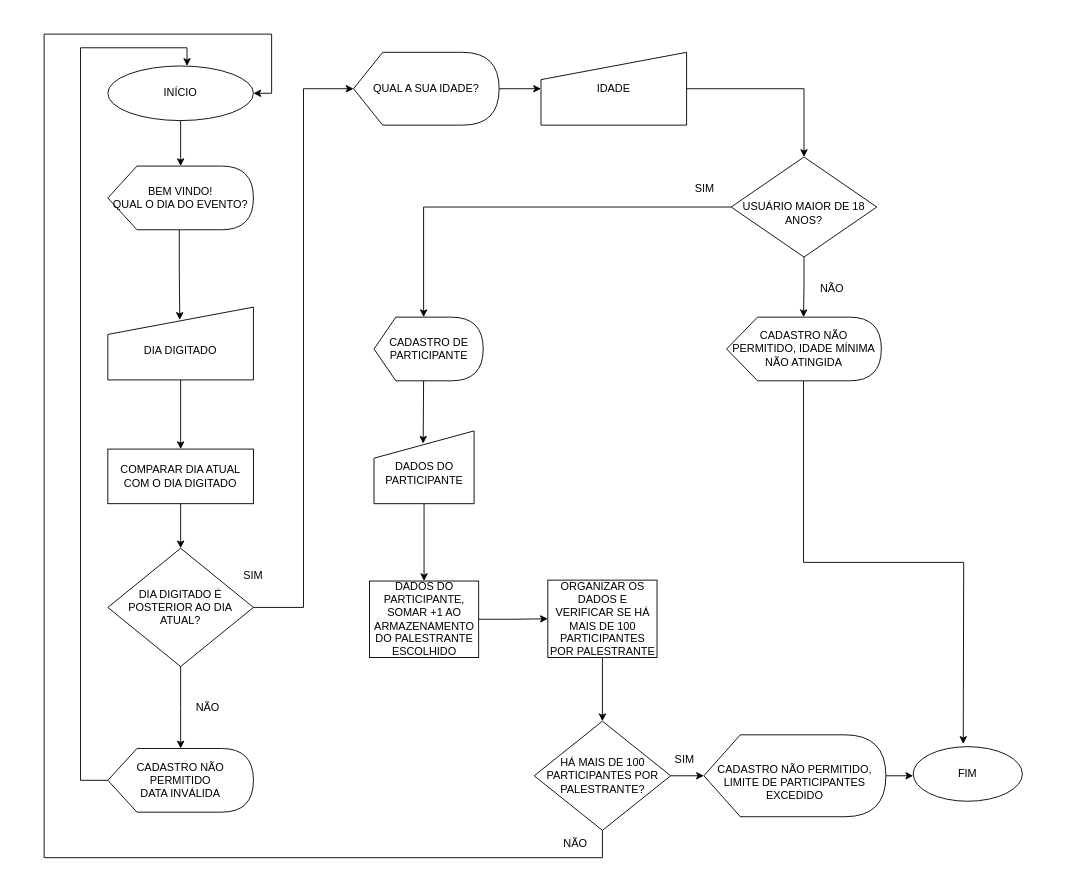
The draw.io diagram Cadastrodeeventos.drawio in RicardoFaccio/CadastroDeEventos, before the edit. Source tidied: cells renumbered, new cells numbered last; positions are measured from the earlier drawing's top-left corner, leaving out a move shared by most shapes. Both pictures are drawn from the tidied source at 91%, with x=0, y=0 at pixel (44, 34).
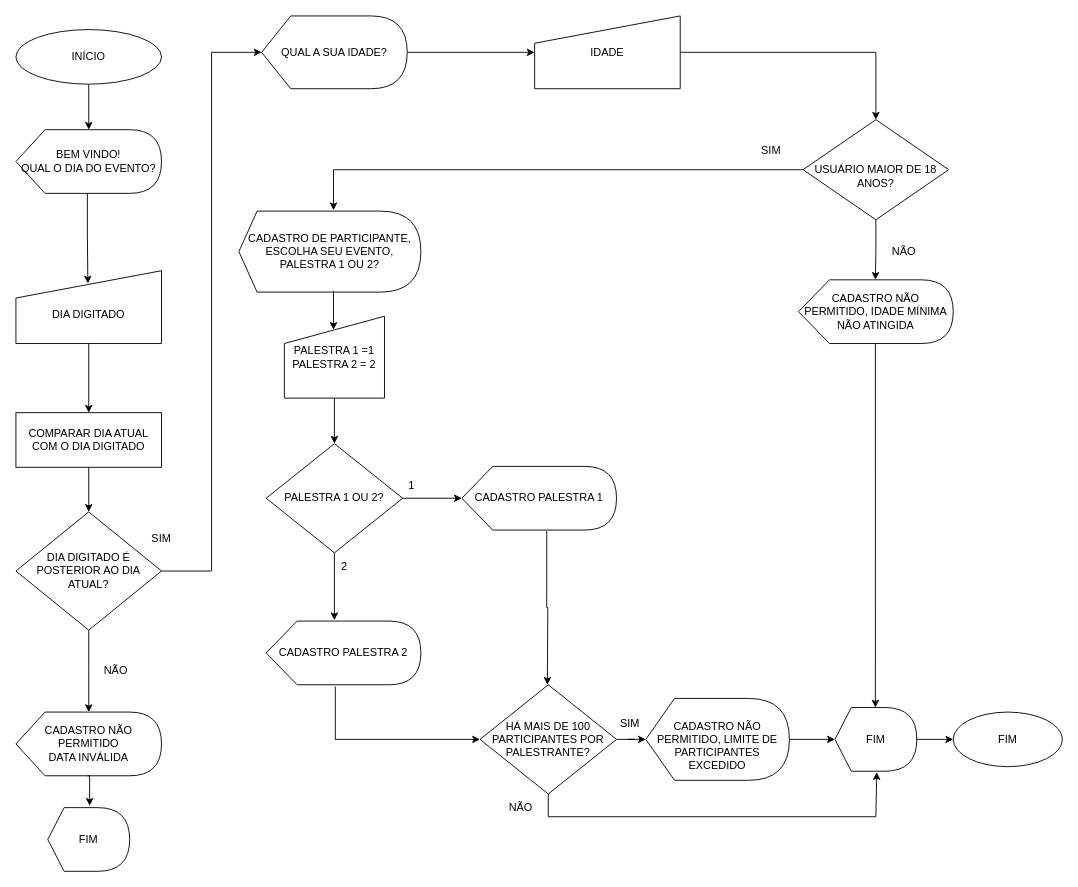
After the change.

Commit message (it also covers changes not shown here):
arquivo js adicionado e fluxograma alterado

Change to the diagram source:
```diff
@@
     <mxCell id="3" value="INÍCIO" style="ellipse;whiteSpace=wrap;html=1;" parent="1" vertex="1">
-      <mxGeometry x="70" y="35" width="160" height="60" as="geometry" />
+      <mxGeometry x="-31" y="-5" width="160" height="60" as="geometry" />
     </mxCell>
@@
     <mxCell id="5" value="BEM VINDO! &lt;br&gt;QUAL O DIA DO EVENTO?" style="shape=display;whiteSpace=wrap;html=1;size=0.2;" parent="1" vertex="1">
-      <mxGeometry x="70" y="145" width="160" height="70" as="geometry" />
+      <mxGeometry x="-31" y="105" width="160" height="70" as="geometry" />
     </mxCell>
@@
     <mxCell id="7" value="&lt;br&gt;DIA DIGITADO" style="shape=manualInput;whiteSpace=wrap;html=1;" parent="1" vertex="1">
-      <mxGeometry x="70" y="300" width="160" height="80" as="geometry" />
+      <mxGeometry x="-31" y="260" width="160" height="80" as="geometry" />
     </mxCell>
@@
-    <mxCell id="9" style="edgeStyle=orthogonalEdgeStyle;rounded=0;jettySize=auto;html=1;exitX=0;exitY=0.5;exitDx=0;exitDy=0;entryX=0;entryY=0;entryDx=54.5;entryDy=0;entryPerimeter=0;" parent="1" edge="1" source="10" target="31">
+    <mxCell id="9" style="edgeStyle=orthogonalEdgeStyle;rounded=0;jettySize=auto;html=1;exitX=0;exitY=0.5;exitDx=0;exitDy=0;entryX=0.52;entryY=-0.011;entryDx=0;entryDy=0;entryPerimeter=0;" parent="1" edge="1" source="10" target="31">
       <mxGeometry relative="1" as="geometry" />
     </mxCell>
     <mxCell id="10" value="&lt;br&gt;USUÁRIO MAIOR DE 18 ANOS?" style="rhombus;whiteSpace=wrap;html=1;" parent="1" vertex="1">
-      <mxGeometry x="755" y="135" width="160" height="110" as="geometry" />
+      <mxGeometry x="834" y="94" width="160" height="110" as="geometry" />
     </mxCell>
-    <mxCell id="11" style="edgeStyle=orthogonalEdgeStyle;rounded=0;jettySize=auto;html=1;exitX=0;exitY=0;exitDx=84.5;exitDy=70;exitPerimeter=0;" parent="1" edge="1" source="12">
-      <mxGeometry relative="1" as="geometry">
-        <mxPoint x="1010" y="780" as="targetPoint" />
-      </mxGeometry>
-    </mxCell>
     <mxCell id="12" value="CADASTRO NÃO PERMITIDO, IDADE MÍNIMA NÃO ATINGIDA" style="shape=display;whiteSpace=wrap;html=1;size=0.2;" parent="1" vertex="1">
-      <mxGeometry x="750" y="311" width="170" height="70" as="geometry" />
+      <mxGeometry x="829" y="270" width="170" height="70" as="geometry" />
     </mxCell>
     <mxCell id="13" value="FIM" style="ellipse;whiteSpace=wrap;html=1;" parent="1" vertex="1">
-      <mxGeometry x="955" y="783" width="120" height="60" as="geometry" />
+      <mxGeometry x="999" y="745" width="120" height="60" as="geometry" />
     </mxCell>
@@
     <mxCell id="15" value="COMPARAR DIA ATUAL COM O DIA DIGITADO" style="whiteSpace=wrap;html=1;" parent="1" vertex="1">
-      <mxGeometry x="70" y="456" width="160" height="60" as="geometry" />
+      <mxGeometry x="-31" y="416" width="160" height="60" as="geometry" />
     </mxCell>
     <mxCell id="16" style="edgeStyle=orthogonalEdgeStyle;rounded=0;jettySize=auto;html=1;exitX=0.5;exitY=1;exitDx=0;exitDy=0;" parent="1" edge="1" source="18">
       <mxGeometry relative="1" as="geometry">
-        <mxPoint x="150" y="785" as="targetPoint" />
+        <mxPoint x="49" y="745" as="targetPoint" />
       </mxGeometry>
     </mxCell>
@@
     <mxCell id="18" value="DIA DIGITADO É POSTERIOR AO DIA ATUAL?" style="rhombus;whiteSpace=wrap;html=1;" parent="1" vertex="1">
-      <mxGeometry x="70" y="565" width="160" height="130" as="geometry" />
+      <mxGeometry x="-31" y="525" width="160" height="130" as="geometry" />
     </mxCell>
     <mxCell id="19" value="SIM" style="text;html=1;strokeColor=none;fillColor=none;align=center;verticalAlign=middle;whiteSpace=wrap;rounded=0;" parent="1" vertex="1">
-      <mxGeometry x="200" y="580" width="60" height="30" as="geometry" />
+      <mxGeometry x="99" y="540" width="60" height="30" as="geometry" />
     </mxCell>
     <mxCell id="20" value="NÃO" style="text;html=1;strokeColor=none;fillColor=none;align=center;verticalAlign=middle;whiteSpace=wrap;rounded=0;" parent="1" vertex="1">
-      <mxGeometry x="150" y="725" width="60" height="30" as="geometry" />
+      <mxGeometry x="49" y="685" width="60" height="30" as="geometry" />
     </mxCell>
-    <mxCell id="21" style="edgeStyle=orthogonalEdgeStyle;rounded=0;jettySize=auto;html=1;exitX=0;exitY=0.5;exitDx=0;exitDy=0;exitPerimeter=0;entryX=0.544;entryY=0;entryDx=0;entryDy=0;entryPerimeter=0;" parent="1" edge="1" source="22" target="3">
-      <mxGeometry relative="1" as="geometry">
-        <Array as="points">
-          <mxPoint x="40" y="820" />
-          <mxPoint x="40" y="15" />
-          <mxPoint x="157" y="15" />
-        </Array>
-      </mxGeometry>
-    </mxCell>
     <mxCell id="22" value="CADASTRO NÃO PERMITIDO&lt;br&gt;DATA INVÁLIDA" style="shape=display;whiteSpace=wrap;html=1;size=0.2;" parent="1" vertex="1">
-      <mxGeometry x="70" y="785" width="160" height="70" as="geometry" />
+      <mxGeometry x="-31" y="745" width="160" height="70" as="geometry" />
     </mxCell>
-    <mxCell id="23" style="edgeStyle=orthogonalEdgeStyle;rounded=0;jettySize=auto;html=1;exitX=1;exitY=0.5;exitDx=0;exitDy=0;exitPerimeter=0;" parent="1" edge="1" source="24">
-      <mxGeometry relative="1" as="geometry">
-        <mxPoint x="546" y="60" as="targetPoint" />
-      </mxGeometry>
+    <mxCell id="23" style="edgeStyle=orthogonalEdgeStyle;rounded=0;jettySize=auto;html=1;exitX=1;exitY=0.5;exitDx=0;exitDy=0;exitPerimeter=0;entryX=0;entryY=0.5;entryDx=0;entryDy=0;" parent="1" edge="1" source="24" target="26">
+      <mxGeometry relative="1" as="geometry" />
     </mxCell>
     <mxCell id="24" value="QUAL A SUA IDADE?" style="shape=display;whiteSpace=wrap;html=1;size=0.2;" parent="1" vertex="1">
-      <mxGeometry x="340" y="20" width="160" height="80" as="geometry" />
+      <mxGeometry x="239" y="-20" width="160" height="80" as="geometry" />
     </mxCell>
@@
     <mxCell id="26" value="IDADE" style="shape=manualInput;whiteSpace=wrap;html=1;" parent="1" vertex="1">
-      <mxGeometry x="546" y="20" width="160" height="80" as="geometry" />
+      <mxGeometry x="539" y="-20" width="160" height="80" as="geometry" />
     </mxCell>
     <mxCell id="27" value="NÃO" style="text;html=1;strokeColor=none;fillColor=none;align=center;verticalAlign=middle;whiteSpace=wrap;rounded=0;" parent="1" vertex="1">
-      <mxGeometry x="836" y="265" width="60" height="30" as="geometry" />
+      <mxGeometry x="915" y="224" width="60" height="30" as="geometry" />
     </mxCell>
     <mxCell id="28" value="SIM" style="text;html=1;strokeColor=none;fillColor=none;align=center;verticalAlign=middle;whiteSpace=wrap;rounded=0;" parent="1" vertex="1">
-      <mxGeometry x="696" y="155" width="60" height="30" as="geometry" />
+      <mxGeometry x="769" y="112.5" width="60" height="30" as="geometry" />
     </mxCell>
-    <mxCell id="29" style="edgeStyle=orthogonalEdgeStyle;rounded=0;jettySize=auto;html=1;exitX=1;exitY=0.5;exitDx=0;exitDy=0;entryX=0;entryY=0.5;entryDx=0;entryDy=0;" parent="1" edge="1" source="30" target="36">
-      <mxGeometry relative="1" as="geometry" />
-    </mxCell>
-    <mxCell id="30" value="DADOS DO PARTICIPANTE, SOMAR +1 AO ARMAZENAMENTO DO PALESTRANTE ESCOLHIDO" style="whiteSpace=wrap;html=1;" parent="1" vertex="1">
-      <mxGeometry x="357.5" y="601" width="120" height="84" as="geometry" />
-    </mxCell>
-    <mxCell id="31" value="CADASTRO DE PARTICIPANTE" style="shape=display;whiteSpace=wrap;html=1;size=0.2;" parent="1" vertex="1">
-      <mxGeometry x="362.5" y="311" width="120" height="70" as="geometry" />
+    <mxCell id="31" value="CADASTRO DE PARTICIPANTE, ESCOLHA SEU EVENTO, PALESTRA 1 OU 2?" style="shape=display;whiteSpace=wrap;html=1;size=0.1;" parent="1" vertex="1">
+      <mxGeometry x="214" y="194.5" width="200" height="89" as="geometry" />
     </mxCell>
-    <mxCell id="32" style="edgeStyle=orthogonalEdgeStyle;rounded=0;jettySize=auto;html=1;entryX=0.5;entryY=0;entryDx=0;entryDy=0;exitX=0.5;exitY=1;exitDx=0;exitDy=0;" parent="1" edge="1" source="33" target="30">
-      <mxGeometry relative="1" as="geometry" />
-    </mxCell>
-    <mxCell id="33" value="&lt;br&gt;DADOS DO PARTICIPANTE" style="shape=manualInput;whiteSpace=wrap;html=1;" parent="1" vertex="1">
-      <mxGeometry x="362.5" y="436" width="110" height="80" as="geometry" />
+    <mxCell id="33" value="PALESTRA 1 =1&lt;br&gt;PALESTRA 2 = 2" style="shape=manualInput;whiteSpace=wrap;html=1;" parent="1" vertex="1">
+      <mxGeometry x="264" y="310" width="110" height="90" as="geometry" />
     </mxCell>
     <mxCell id="34" style="edgeStyle=orthogonalEdgeStyle;rounded=0;orthogonalLoop=1;jettySize=auto;html=1;exitX=0.5;exitY=1;exitDx=0;exitDy=0;" parent="1" edge="1">
       <mxGeometry relative="1" as="geometry">
-        <mxPoint x="613.5" y="555" as="sourcePoint" />
-        <mxPoint x="613.5" y="555" as="targetPoint" />
+        <mxPoint x="462.9" y="565" as="sourcePoint" />
+        <mxPoint x="462.9" y="565" as="targetPoint" />
       </mxGeometry>
     </mxCell>
-    <mxCell id="35" style="edgeStyle=orthogonalEdgeStyle;rounded=0;jettySize=auto;html=1;" parent="1" edge="1" source="36" target="39">
-      <mxGeometry relative="1" as="geometry" />
-    </mxCell>
-    <mxCell id="36" value="ORGANIZAR OS DADOS E VERIFICAR SE HÁ MAIS DE 100 PARTICIPANTES POR PALESTRANTE&lt;br&gt;" style="whiteSpace=wrap;html=1;" parent="1" vertex="1">
-      <mxGeometry x="553.5" y="600" width="120" height="85" as="geometry" />
-    </mxCell>
-    <mxCell id="37" style="edgeStyle=orthogonalEdgeStyle;rounded=0;jettySize=auto;html=1;exitX=1;exitY=0.5;exitDx=0;exitDy=0;entryX=0;entryY=0.5;entryDx=0;entryDy=0;entryPerimeter=0;" parent="1" edge="1" source="39" target="43">
-      <mxGeometry relative="1" as="geometry" />
+    <mxCell id="37" style="edgeStyle=orthogonalEdgeStyle;rounded=0;jettySize=auto;html=1;exitX=1;exitY=0.5;exitDx=0;exitDy=0;entryX=0;entryY=0.5;entryDx=0;entryDy=0;entryPerimeter=0;" parent="1" edge="1" target="43">
+      <mxGeometry relative="1" as="geometry">
+        <mxPoint x="730.5" y="772.5" as="sourcePoint" />
+      </mxGeometry>
     </mxCell>
-    <mxCell id="38" style="edgeStyle=orthogonalEdgeStyle;rounded=0;jettySize=auto;html=1;exitX=0.5;exitY=1;exitDx=0;exitDy=0;entryX=1;entryY=0.5;entryDx=0;entryDy=0;" parent="1" edge="1" source="39" target="3">
-      <mxGeometry relative="1" as="geometry">
-        <Array as="points">
-          <mxPoint x="614" y="905" />
-          <mxPoint y="905" />
-          <mxPoint />
-          <mxPoint x="250" />
-          <mxPoint x="250" y="65" />
-        </Array>
-      </mxGeometry>
-    </mxCell>
+    <mxCell id="45" style="edgeStyle=orthogonalEdgeStyle;rounded=0;jettySize=auto;html=1;" parent="1" edge="1" source="39" target="43">
+      <mxGeometry relative="1" as="geometry" />
+    </mxCell>
     <mxCell id="39" value="HÁ MAIS DE 100 PARTICIPANTES POR PALESTRANTE?" style="rhombus;whiteSpace=wrap;html=1;" parent="1" vertex="1">
-      <mxGeometry x="538.5" y="755" width="150" height="120" as="geometry" />
+      <mxGeometry x="479" y="715" width="150" height="120" as="geometry" />
     </mxCell>
     <mxCell id="40" value="SIM" style="text;html=1;strokeColor=none;fillColor=none;align=center;verticalAlign=middle;whiteSpace=wrap;rounded=0;" parent="1" vertex="1">
-      <mxGeometry x="673.5" y="783" width="60" height="30" as="geometry" />
+      <mxGeometry x="614" y="743" width="60" height="30" as="geometry" />
     </mxCell>
     <mxCell id="41" value="NÃO" style="text;html=1;strokeColor=none;fillColor=none;align=center;verticalAlign=middle;whiteSpace=wrap;rounded=0;" parent="1" vertex="1">
-      <mxGeometry x="553.5" y="875" width="60" height="30" as="geometry" />
+      <mxGeometry x="494" y="835" width="60" height="30" as="geometry" />
     </mxCell>
-    <mxCell id="42" style="edgeStyle=orthogonalEdgeStyle;rounded=0;jettySize=auto;html=1;exitX=1;exitY=0.5;exitDx=0;exitDy=0;exitPerimeter=0;" parent="1" edge="1" source="43">
-      <mxGeometry relative="1" as="geometry">
-        <mxPoint x="955" y="815" as="targetPoint" />
-      </mxGeometry>
+    <mxCell id="42" style="edgeStyle=orthogonalEdgeStyle;rounded=0;jettySize=auto;html=1;exitX=1;exitY=0.5;exitDx=0;exitDy=0;exitPerimeter=0;entryX=0;entryY=0.5;entryDx=0;entryDy=0;entryPerimeter=0;" parent="1" edge="1" source="43" target="51">
+      <mxGeometry relative="1" as="geometry" />
     </mxCell>
     <mxCell id="43" value="&lt;br&gt;CADASTRO NÃO PERMITIDO, LIMITE DE PARTICIPANTES EXCEDIDO" style="shape=display;whiteSpace=wrap;html=1;size=0.2;" parent="1" vertex="1">
-      <mxGeometry x="725" y="770" width="200" height="90" as="geometry" />
+      <mxGeometry x="661.2" y="730" width="157.8" height="90" as="geometry" />
     </mxCell>
+    <mxCell id="46" value="PALESTRA 1 OU 2?" style="rhombus;whiteSpace=wrap;html=1;" parent="1" vertex="1">
+      <mxGeometry x="244" y="450" width="150" height="120" as="geometry" />
+    </mxCell>
+    <mxCell id="47" value="1" style="text;html=1;strokeColor=none;fillColor=none;align=center;verticalAlign=middle;whiteSpace=wrap;rounded=0;" parent="1" vertex="1">
+      <mxGeometry x="374" y="481" width="60" height="30" as="geometry" />
+    </mxCell>
+    <mxCell id="48" value="2" style="text;html=1;strokeColor=none;fillColor=none;align=center;verticalAlign=middle;whiteSpace=wrap;rounded=0;" parent="1" vertex="1">
+      <mxGeometry x="300" y="570" width="60" height="30" as="geometry" />
+    </mxCell>
+    <mxCell id="49" value="CADASTRO PALESTRA 1" style="shape=display;whiteSpace=wrap;html=1;size=0.2;" parent="1" vertex="1">
+      <mxGeometry x="459" y="475" width="170" height="70" as="geometry" />
+    </mxCell>
+    <mxCell id="50" value="CADASTRO PALESTRA 2" style="shape=display;whiteSpace=wrap;html=1;size=0.2;" parent="1" vertex="1">
+      <mxGeometry x="244" y="645" width="170" height="70" as="geometry" />
+    </mxCell>
+    <mxCell id="51" value="FIM" style="shape=display;whiteSpace=wrap;html=1;size=0.2;" parent="1" vertex="1">
+      <mxGeometry x="869" y="740" width="90" height="70" as="geometry" />
+    </mxCell>
+    <mxCell id="52" style="edgeStyle=orthogonalEdgeStyle;rounded=0;jettySize=auto;html=1;exitX=1;exitY=0.5;exitDx=0;exitDy=0;exitPerimeter=0;entryX=0;entryY=0.5;entryDx=0;entryDy=0;" parent="1" edge="1" source="51" target="13">
+      <mxGeometry relative="1" as="geometry" />
+    </mxCell>
+    <mxCell id="53" style="edgeStyle=orthogonalEdgeStyle;rounded=0;jettySize=auto;html=1;entryX=0.441;entryY=-0.014;entryDx=0;entryDy=0;entryPerimeter=0;" parent="1" edge="1" source="46" target="50">
+      <mxGeometry relative="1" as="geometry" />
+    </mxCell>
+    <mxCell id="54" style="edgeStyle=orthogonalEdgeStyle;rounded=0;jettySize=auto;html=1;exitX=1;exitY=0.5;exitDx=0;exitDy=0;entryX=0;entryY=0.5;entryDx=0;entryDy=0;entryPerimeter=0;" parent="1" edge="1" source="46" target="49">
+      <mxGeometry relative="1" as="geometry" />
+    </mxCell>
+    <mxCell id="55" style="edgeStyle=orthogonalEdgeStyle;rounded=0;jettySize=auto;html=1;entryX=0;entryY=0.5;entryDx=0;entryDy=0;exitX=0.447;exitY=1.029;exitDx=0;exitDy=0;exitPerimeter=0;" parent="1" edge="1" source="50" target="39">
+      <mxGeometry relative="1" as="geometry">
+        <Array as="points">
+          <mxPoint x="320" y="775" />
+        </Array>
+      </mxGeometry>
+    </mxCell>
+    <mxCell id="56" style="edgeStyle=orthogonalEdgeStyle;rounded=0;jettySize=auto;html=1;entryX=0.441;entryY=-0.014;entryDx=0;entryDy=0;entryPerimeter=0;exitX=0.549;exitY=1.014;exitDx=0;exitDy=0;exitPerimeter=0;" parent="1" edge="1" source="49">
+      <mxGeometry relative="1" as="geometry">
+        <mxPoint x="553" y="715" as="targetPoint" />
+      </mxGeometry>
+    </mxCell>
+    <mxCell id="57" style="edgeStyle=orthogonalEdgeStyle;rounded=0;jettySize=auto;html=1;exitX=1;exitY=0;exitDx=0;exitDy=0;entryX=0.511;entryY=1.014;entryDx=0;entryDy=0;entryPerimeter=0;" parent="1" edge="1" source="41" target="51">
+      <mxGeometry relative="1" as="geometry">
+        <Array as="points">
+          <mxPoint x="554" y="860" />
+          <mxPoint x="914" y="860" />
+        </Array>
+      </mxGeometry>
+    </mxCell>
-    <mxCell id="44" style="endArrow=classic;html=1;rounded=0;exitX=0;exitY=0;exitDx=54.5;exitDy=70;exitPerimeter=0;entryX=0.491;entryY=0.175;entryDx=0;entryDy=0;entryPerimeter=0;" parent="1" edge="1" source="31" target="33">
+    <mxCell id="44" style="edgeStyle=segmentEdgeStyle;endArrow=classic;html=1;rounded=0;exitX=0.515;exitY=0.989;exitDx=0;exitDy=0;exitPerimeter=0;entryX=0.491;entryY=0.167;entryDx=0;entryDy=0;entryPerimeter=0;" parent="1" edge="1" source="31" target="33">
       <mxGeometry relative="1" as="geometry" />
     </mxCell>
+    <mxCell id="58" style="edgeStyle=segmentEdgeStyle;endArrow=classic;html=1;rounded=0;exitX=0.5;exitY=1;exitDx=0;exitDy=0;entryX=0.5;entryY=0;entryDx=0;entryDy=0;" parent="1" edge="1" source="33" target="46">
+      <mxGeometry relative="1" as="geometry" />
+    </mxCell>
+    <mxCell id="59" style="edgeStyle=segmentEdgeStyle;endArrow=classic;html=1;rounded=0;exitX=0;exitY=0;exitDx=84.5;exitDy=70;exitPerimeter=0;entryX=0.494;entryY=0;entryDx=0;entryDy=0;entryPerimeter=0;" parent="1" edge="1" source="12" target="51">
+      <mxGeometry relative="1" as="geometry" />
+    </mxCell>
+    <mxCell id="60" value="FIM" style="shape=display;whiteSpace=wrap;html=1;size=0.2;" parent="1" vertex="1">
+      <mxGeometry x="4" y="850" width="90" height="70" as="geometry" />
+    </mxCell>
+    <mxCell id="61" style="edgeStyle=orthogonalEdgeStyle;rounded=0;jettySize=auto;html=1;exitX=0;exitY=0;exitDx=78.5;exitDy=70;entryX=0.511;entryY=-0.029;entryDx=0;entryDy=0;entryPerimeter=0;exitPerimeter=0;" parent="1" edge="1" source="22" target="60">
+      <mxGeometry relative="1" as="geometry" />
+    </mxCell>
```
